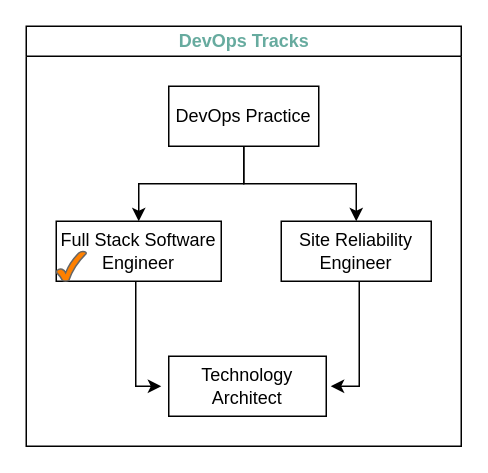
The draw.io diagram page "DO-Tracks" (4 of 4) of design/DevOps_Roadmap.drawio in krdileep/devops-roadmap-drawio, before the edit. Source tidied: cells renumbered, new cells numbered last; positions are measured from the earlier drawing's top-left corner, leaving out a move shared by most shapes. Both pictures are drawn from the tidied source at 150%, with x=0, y=0 at pixel (26, 26).
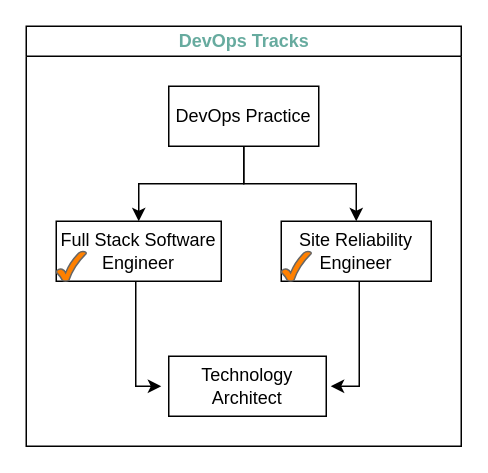
Above is the later version.

What changed in the source:
```diff
@@
 <mxGraphModel>
   <root>
     <mxCell id="0" />
     <mxCell id="1" parent="0" />
     <mxCell id="2" value="DevOps Tracks" style="swimlane;html=1;startSize=20;horizontal=1;horizontalTree=0;containerType=tree;fontColor=#67AB9F;" parent="1" vertex="1">
       <mxGeometry width="290" height="280" as="geometry" />
     </mxCell>
     <mxCell id="3" value="DevOps Practice" style="whiteSpace=wrap;html=1;" parent="2" vertex="1">
       <mxGeometry x="95" y="40" width="100" height="40" as="geometry" />
     </mxCell>
     <mxCell id="4" value="Full Stack Software Engineer" style="whiteSpace=wrap;html=1;" parent="2" vertex="1">
       <mxGeometry x="20" y="130" width="110" height="40" as="geometry" />
     </mxCell>
     <mxCell id="5" style="edgeStyle=elbowEdgeStyle;elbow=vertical;html=1;rounded=0;" parent="2" edge="1" source="3" target="4">
       <mxGeometry relative="1" as="geometry" />
     </mxCell>
     <mxCell id="6" style="edgeStyle=orthogonalEdgeStyle;rounded=0;jettySize=auto;html=1;fontColor=#67AB9F;" parent="2" edge="1" source="7">
       <mxGeometry relative="1" as="geometry">
         <mxPoint x="203" y="240" as="targetPoint" />
         <Array as="points">
           <mxPoint x="222" y="240" />
         </Array>
       </mxGeometry>
     </mxCell>
     <mxCell id="7" value="Site Reliability Engineer" style="whiteSpace=wrap;html=1;" parent="2" vertex="1">
       <mxGeometry x="170" y="130" width="100" height="40" as="geometry" />
     </mxCell>
     <mxCell id="8" style="edgeStyle=elbowEdgeStyle;elbow=vertical;html=1;rounded=0;" parent="2" edge="1" source="3" target="7">
       <mxGeometry relative="1" as="geometry" />
     </mxCell>
     <mxCell id="9" style="verticalLabelPosition=bottom;verticalAlign=top;html=1;shape=mxgraph.basic.tick;fillColor=#FF8000;strokeColor=#666666;fontColor=#333333;" parent="2" vertex="1">
       <mxGeometry x="20" y="150" width="20" height="20" as="geometry" />
     </mxCell>
     <mxCell id="10" value="&lt;font color=&quot;#000000&quot;&gt;Technology Architect&lt;/font&gt;" style="rounded=0;whiteSpace=wrap;html=1;fontColor=#67AB9F;" parent="2" vertex="1">
       <mxGeometry x="95" y="220" width="105" height="40" as="geometry" />
     </mxCell>
+    <mxCell id="12" style="verticalLabelPosition=bottom;verticalAlign=top;html=1;shape=mxgraph.basic.tick;fillColor=#FF8000;strokeColor=#666666;fontColor=#333333;" parent="2" vertex="1">
+      <mxGeometry x="170" y="150" width="20" height="20" as="geometry" />
+    </mxCell>
     <mxCell id="11" style="edgeStyle=orthogonalEdgeStyle;rounded=0;jettySize=auto;html=1;fontColor=#67AB9F;" parent="1" edge="1" source="4">
       <mxGeometry relative="1" as="geometry">
         <mxPoint x="90" y="240" as="targetPoint" />
         <Array as="points">
           <mxPoint x="73" y="240" />
         </Array>
       </mxGeometry>
     </mxCell>
   </root>
 </mxGraphModel>
```
